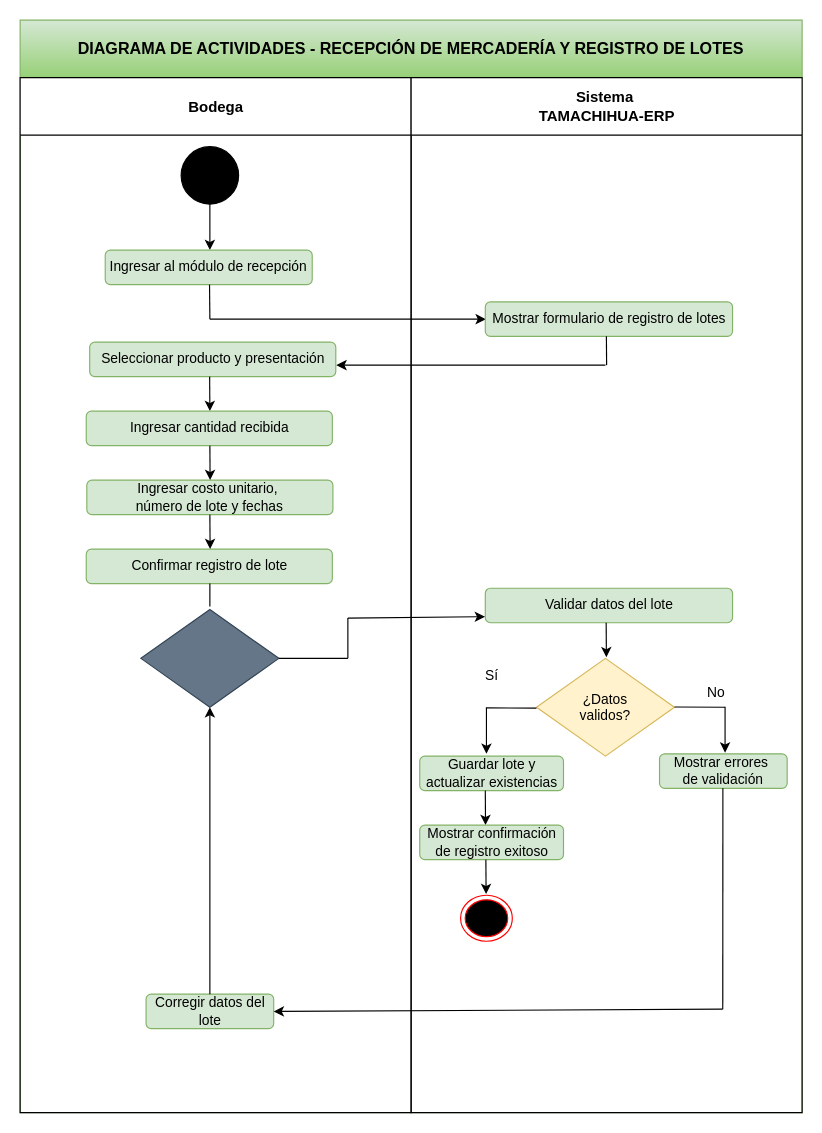
Earlier version of the draw.io diagram 01-Documentacion/Diagramas/T06 - Diagrama de actividades - Recepción de mercadería y registro de lotes.drawio (FactoryLabSV/Proyecto-final-dam-frameworks-agiles). Source tidied: cells renumbered, new cells numbered last; positions are measured from the earlier drawing's top-left corner, leaving out a move shared by most shapes. Both pictures are drawn from the tidied source at 115%, with x=0, y=0 at pixel (20, 20).
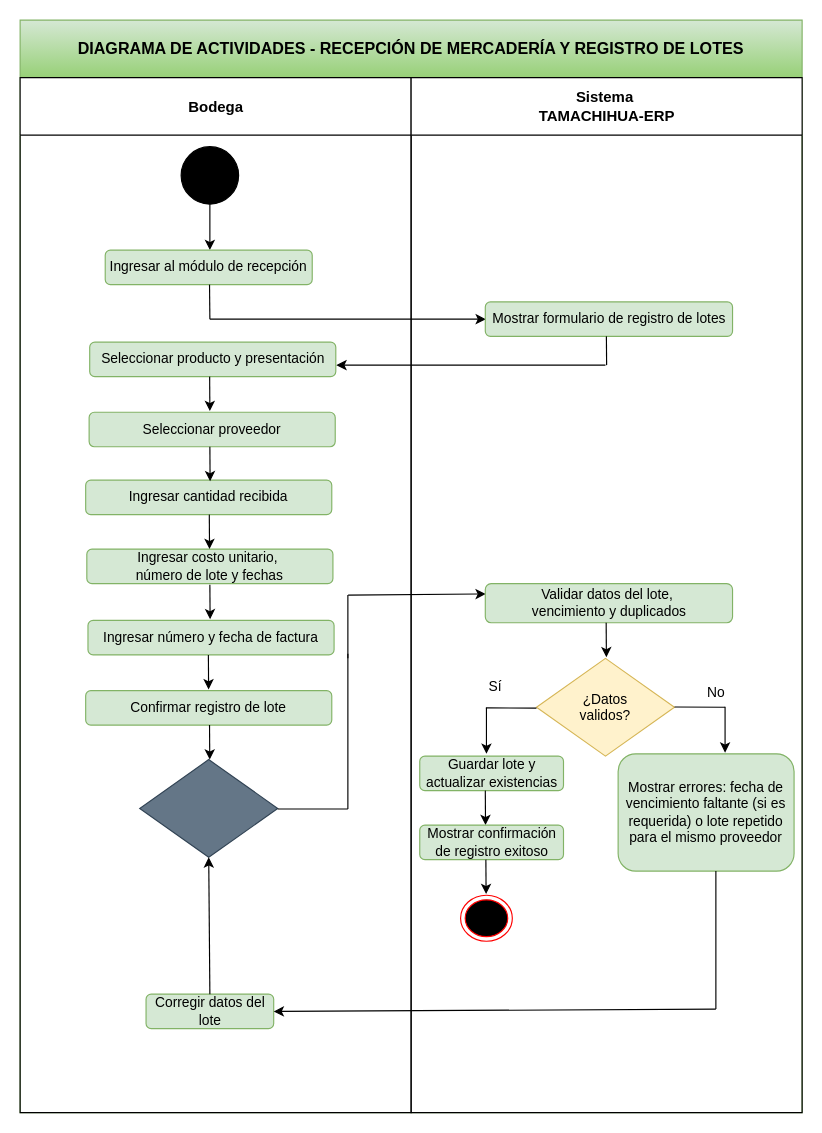
The same page after the edit.

Commit message (it also covers changes not shown here):
docs(T-06): corregir validaciones de lotes y fondo de diagramas

Unchanged cells that the change refers to:
```xml
<mxCell id="3" value="Bodega" style="swimlane;html=1;startSize=50;fontSize=13;" parent="2" vertex="1">
  <mxGeometry y="50" width="340" height="900" as="geometry" />
</mxCell>
<mxCell id="15" value="Corregir datos del lote" style="rounded=1;whiteSpace=wrap;html=1;fillColor=#d5e8d4;strokeColor=#82b366;" parent="3" vertex="1">
  <mxGeometry x="109.5" y="797" width="111" height="30" as="geometry" />
</mxCell>
<mxCell id="20" value="Sistema&amp;nbsp;&lt;div&gt;TAMACHIHUA-ERP&lt;/div&gt;" style="swimlane;html=1;startSize=50;fontSize=13;" parent="2" vertex="1">
  <mxGeometry x="340" y="50" width="340" height="900" as="geometry" />
</mxCell>
```

Diff of the diagram source:
```diff
@@
-<mxGraphModel>
+<mxGraphModel background="#ffffff">
@@
     <mxCell id="11" value="Ingresar cantidad recibida" style="rounded=1;whiteSpace=wrap;html=1;fillColor=#d5e8d4;strokeColor=#82b366;" parent="3" vertex="1">
-      <mxGeometry x="57.5" y="290" width="214" height="30" as="geometry" />
+      <mxGeometry x="57" y="350" width="214" height="30" as="geometry" />
     </mxCell>
     <mxCell id="12" value="Ingresar costo unitario,&amp;nbsp;&lt;div&gt;número de&amp;nbsp;&lt;span style=&quot;background-color: transparent; color: light-dark(rgb(0, 0, 0), rgb(255, 255, 255));&quot;&gt;lote y fechas&lt;/span&gt;&lt;/div&gt;" style="rounded=1;whiteSpace=wrap;html=1;fillColor=#d5e8d4;strokeColor=#82b366;" parent="3" vertex="1">
-      <mxGeometry x="58" y="350" width="214" height="30" as="geometry" />
+      <mxGeometry x="58" y="410" width="214" height="30" as="geometry" />
     </mxCell>
     <mxCell id="13" value="Confirmar registro de lote" style="rounded=1;whiteSpace=wrap;html=1;fillColor=#d5e8d4;strokeColor=#82b366;" parent="3" vertex="1">
-      <mxGeometry x="57.5" y="410" width="214" height="30" as="geometry" />
+      <mxGeometry x="57" y="533" width="214" height="30" as="geometry" />
     </mxCell>
-    <mxCell id="14" style="endArrow=none;html=1;rounded=0;" parent="3" edge="1">
-      <mxGeometry relative="1" as="geometry">
-        <mxPoint x="165" y="460" as="sourcePoint" />
-        <mxPoint x="165" y="440" as="targetPoint" />
-      </mxGeometry>
-    </mxCell>
@@
     <mxCell id="16" style="rhombus;fillColor=#647687;strokeColor=#314354;fontColor=#ffffff;" parent="3" vertex="1">
-      <mxGeometry x="105" y="462.5" width="120" height="85" as="geometry" />
+      <mxGeometry x="104" y="593" width="120" height="85" as="geometry" />
     </mxCell>
-    <mxCell id="17" style="endArrow=none;html=1;rounded=0;exitX=1;exitY=0.5;exitDx=0;exitDy=0;" parent="3" edge="1" source="16">
+    <mxCell id="17" style="endArrow=none;html=1;rounded=0;" parent="3" edge="1">
       <mxGeometry relative="1" as="geometry">
-        <mxPoint x="285" y="505" as="targetPoint" />
+        <mxPoint x="285" y="636" as="sourcePoint" />
+        <mxPoint x="285" y="501" as="targetPoint" />
       </mxGeometry>
     </mxCell>
     <mxCell id="18" style="endArrow=none;html=1;rounded=0;" parent="3" edge="1">
       <mxGeometry relative="1" as="geometry">
         <mxPoint x="285" y="505" as="sourcePoint" />
-        <mxPoint x="285" y="470" as="targetPoint" />
+        <mxPoint x="285" y="450" as="targetPoint" />
       </mxGeometry>
     </mxCell>
+    <mxCell id="44" value="Seleccionar proveedor" style="rounded=1;whiteSpace=wrap;html=1;fillColor=#d5e8d4;strokeColor=#82b366;" parent="3" vertex="1">
+      <mxGeometry x="60" y="291" width="214" height="30" as="geometry" />
+    </mxCell>
+    <mxCell id="45" style="endArrow=classic;html=1;rounded=0;" parent="3" edge="1">
+      <mxGeometry relative="1" as="geometry">
+        <mxPoint x="165" y="321" as="sourcePoint" />
+        <mxPoint x="165.2" y="351" as="targetPoint" />
+      </mxGeometry>
+    </mxCell>
+    <mxCell id="41" style="endArrow=classic;html=1;rounded=0;" parent="3" edge="1">
+      <mxGeometry relative="1" as="geometry">
+        <mxPoint x="164.5" y="380" as="sourcePoint" />
+        <mxPoint x="164.7" y="410" as="targetPoint" />
+      </mxGeometry>
+    </mxCell>
+    <mxCell id="46" value="Ingresar número y fecha de factura" style="rounded=1;whiteSpace=wrap;html=1;fillColor=#d5e8d4;strokeColor=#82b366;" parent="3" vertex="1">
+      <mxGeometry x="59" y="472" width="214" height="30" as="geometry" />
+    </mxCell>
+    <mxCell id="47" style="endArrow=classic;html=1;rounded=0;" parent="3" edge="1">
+      <mxGeometry relative="1" as="geometry">
+        <mxPoint x="163.7" y="502" as="sourcePoint" />
+        <mxPoint x="163.9" y="532" as="targetPoint" />
+      </mxGeometry>
+    </mxCell>
+    <mxCell id="48" style="endArrow=classic;html=1;rounded=0;" parent="3" edge="1">
+      <mxGeometry relative="1" as="geometry">
+        <mxPoint x="164.7" y="563" as="sourcePoint" />
+        <mxPoint x="164.9" y="593" as="targetPoint" />
+      </mxGeometry>
+    </mxCell>
@@
+    <mxCell id="49" style="endArrow=none;html=1;rounded=0;" parent="3" edge="1">
+      <mxGeometry relative="1" as="geometry">
+        <mxPoint x="224" y="636" as="sourcePoint" />
+        <mxPoint x="285" y="636" as="targetPoint" />
+      </mxGeometry>
+    </mxCell>
+    <mxCell id="40" style="endArrow=classic;html=1;rounded=0;entryX=0.002;entryY=0.294;entryDx=0;entryDy=0;entryPerimeter=0;" parent="3" edge="1">
+      <mxGeometry relative="1" as="geometry">
+        <mxPoint x="285.2" y="450" as="sourcePoint" />
+        <mxPoint x="404.9" y="449" as="targetPoint" />
+      </mxGeometry>
+    </mxCell>
@@
-    <mxCell id="24" value="Validar datos del lote" style="rounded=1;whiteSpace=wrap;html=1;fillColor=#d5e8d4;strokeColor=#82b366;" parent="20" vertex="1">
-      <mxGeometry x="64.5" y="444" width="215" height="30" as="geometry" />
+    <mxCell id="24" value="Validar datos del lote,&amp;nbsp;&lt;div&gt;vencimiento y duplicados&lt;/div&gt;" style="rounded=1;whiteSpace=wrap;html=1;fillColor=#d5e8d4;strokeColor=#82b366;" parent="20" vertex="1">
+      <mxGeometry x="64.5" y="440" width="215" height="34" as="geometry" />
     </mxCell>
@@
     <mxCell id="28" value="Sí" style="text;html=1;align=center;verticalAlign=middle;strokeColor=none;fillColor=none;" parent="20" vertex="1">
-      <mxGeometry x="55" y="505" width="30" height="30" as="geometry" />
+      <mxGeometry x="58" y="515" width="30" height="30" as="geometry" />
     </mxCell>
@@
-    <mxCell id="33" value="Mostrar errores&amp;nbsp;&lt;div&gt;de validación&lt;/div&gt;" style="rounded=1;whiteSpace=wrap;html=1;fillColor=#d5e8d4;strokeColor=#82b366;" parent="20" vertex="1">
-      <mxGeometry x="216" y="588" width="111" height="30" as="geometry" />
+    <mxCell id="33" value="Mostrar errores: fecha de vencimiento faltante (si es requerida)&amp;nbsp;&lt;span style=&quot;background-color: transparent; color: light-dark(rgb(0, 0, 0), rgb(255, 255, 255));&quot;&gt;o lote repetido para el mismo proveedor&lt;/span&gt;" style="rounded=1;whiteSpace=wrap;html=1;fillColor=#d5e8d4;strokeColor=#82b366;" parent="20" vertex="1">
+      <mxGeometry x="180" y="588" width="153" height="102" as="geometry" />
     </mxCell>
@@
     <mxCell id="38" style="endArrow=none;html=1;rounded=0;" parent="20" edge="1">
       <mxGeometry relative="1" as="geometry">
-        <mxPoint x="271" y="810" as="sourcePoint" />
-        <mxPoint x="271.1" y="618" as="targetPoint" />
+        <mxPoint x="265" y="810" as="sourcePoint" />
+        <mxPoint x="265" y="690" as="targetPoint" />
       </mxGeometry>
     </mxCell>
     <mxCell id="39" style="endArrow=classic;html=1;rounded=0;entryX=1;entryY=0.5;entryDx=0;entryDy=0;" parent="20" edge="1" target="15">
       <mxGeometry relative="1" as="geometry">
-        <mxPoint x="271" y="810" as="sourcePoint" />
+        <mxPoint x="265" y="810" as="sourcePoint" />
       </mxGeometry>
     </mxCell>
-    <mxCell id="40" style="endArrow=classic;html=1;rounded=0;entryX=-0.001;entryY=0.825;entryDx=0;entryDy=0;entryPerimeter=0;" parent="20" edge="1" target="24">
-      <mxGeometry relative="1" as="geometry">
-        <mxPoint x="-55" y="470" as="sourcePoint" />
-      </mxGeometry>
-    </mxCell>
-    <mxCell id="41" style="endArrow=classic;html=1;rounded=0;" parent="1" edge="1">
-      <mxGeometry relative="1" as="geometry">
-        <mxPoint x="165" y="370" as="sourcePoint" />
-        <mxPoint x="165.2" y="400" as="targetPoint" />
-      </mxGeometry>
-    </mxCell>
-    <mxCell id="42" style="endArrow=classic;html=1;rounded=0;" parent="1" edge="1">
-      <mxGeometry relative="1" as="geometry">
-        <mxPoint x="165" y="430" as="sourcePoint" />
-        <mxPoint x="165.2" y="460" as="targetPoint" />
-      </mxGeometry>
-    </mxCell>
@@
+    <mxCell id="50" style="endArrow=classic;html=1;rounded=0;" parent="1" edge="1">
+      <mxGeometry relative="1" as="geometry">
+        <mxPoint x="165" y="491" as="sourcePoint" />
+        <mxPoint x="165.2" y="521" as="targetPoint" />
+      </mxGeometry>
+    </mxCell>
```
